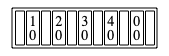
Before: dump.png, a diagram exported from Graphviz (Fedya1998/B-Tree). Its source is kept beside it as dump.gv.
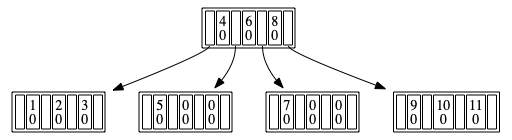
After the commit.

Change to the diagram source:
```diff
@@ -1,6 +1,26 @@
 digraph G{
-node0x7f87f8c02a20 [
+node0x7f8fb4402b20 [
 shape=plaintext label = < <table border='1' cellborder='1'>
-<tr><td port='port0'> </td><td>1<br/>0</td><td port='port1'> </td><td>2<br/>0</td><td port='port2'> </td><td>3<br/>0</td><td port='port3'> </td><td>4<br/>0</td><td port='port4'> </td><td>0<br/>0</td><td port='port5'> </td>
+<tr><td port='port0'> </td><td>4<br/>0</td><td port='port1'> </td><td>6<br/>0</td><td port='port2'> </td><td>8<br/>0</td><td port='port3'> </td>
+</tr></table> >]
+node0x7f8fb4402b20:port0 -> node0x7f8fb4402a20
+node0x7f8fb4402a20 [
+shape=plaintext label = < <table border='1' cellborder='1'>
+<tr><td port='port0'> </td><td>1<br/>0</td><td port='port1'> </td><td>2<br/>0</td><td port='port2'> </td><td>3<br/>0</td><td port='port3'> </td>
+</tr></table> >]
+node0x7f8fb4402b20:port1 -> node0x7f8fb4402aa0
+node0x7f8fb4402aa0 [
+shape=plaintext label = < <table border='1' cellborder='1'>
+<tr><td port='port0'> </td><td>5<br/>0</td><td port='port1'> </td><td>0<br/>0</td><td port='port2'> </td><td>0<br/>0</td><td port='port3'> </td>
+</tr></table> >]
+node0x7f8fb4402b20:port2 -> node0x7f8fb4402ba0
+node0x7f8fb4402ba0 [
+shape=plaintext label = < <table border='1' cellborder='1'>
+<tr><td port='port0'> </td><td>7<br/>0</td><td port='port1'> </td><td>0<br/>0</td><td port='port2'> </td><td>0<br/>0</td><td port='port3'> </td>
+</tr></table> >]
+node0x7f8fb4402b20:port3 -> node0x7f8fb4402c20
+node0x7f8fb4402c20 [
+shape=plaintext label = < <table border='1' cellborder='1'>
+<tr><td port='port0'> </td><td>9<br/>0</td><td port='port1'> </td><td>10<br/>0</td><td port='port2'> </td><td>11<br/>0</td><td port='port3'> </td>
 </tr></table> >]
 }
```
